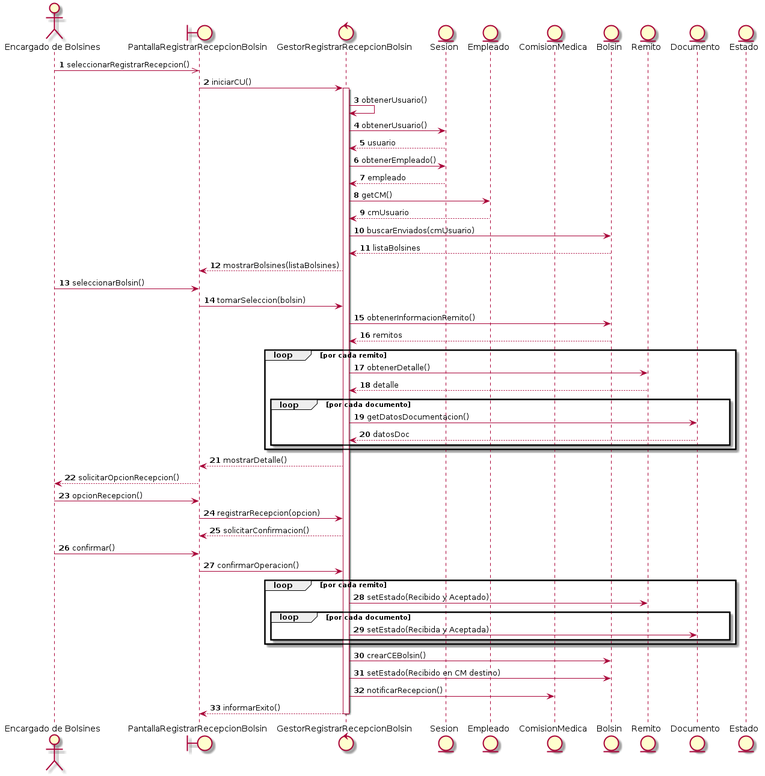
Earlier version of the PlantUML export ClasesDeAnalisis_Dinamica.png (Felipe158/PPAI_bolsines).
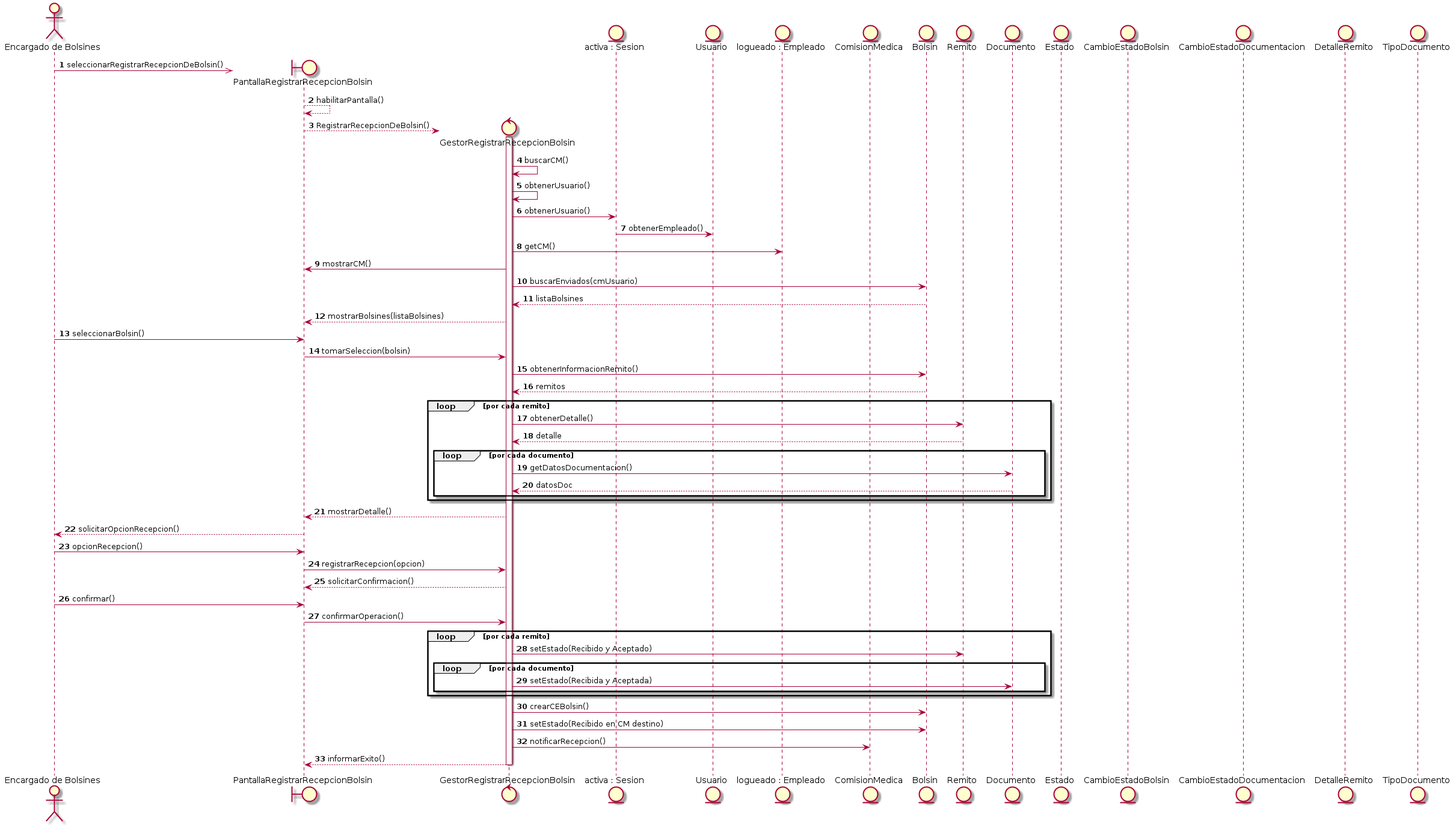
The same diagram one commit later.

Commit message:
diagrama de secuencia

What changed in the source:
```diff
@@ -7,31 +7,42 @@
 boundary PantallaRegistrarRecepcionBolsin as Pantalla
 control GestorRegistrarRecepcionBolsin as Gestor
 
-entity Sesion
-entity Empleado
+entity "activa : Sesion" as Sesion
+entity Usuario
+entity "logueado : Empleado" as Empleado
 entity ComisionMedica
 entity Bolsin
 entity Remito
 entity Documento
 entity Estado
+entity CambioEstadoBolsin
+entity CambioEstadoDocumentacion
+entity DetalleRemito
+entity TipoDocumento
 
 
-EB ->> Pantalla : seleccionarRegistrarRecepcion()
+create Pantalla
 
-Pantalla -> Gestor : iniciarCU()
+EB ->> Pantalla : seleccionarRegistrarRecepcionDeBolsin()
+
+Pantalla --> Pantalla : habilitarPantalla()
+
+create Gestor
+
+Pantalla --> Gestor : RegistrarRecepcionDeBolsin()
 
 activate Gestor
 
+Gestor -> Gestor : buscarCM()
 Gestor -> Gestor : obtenerUsuario()
 
 Gestor -> Sesion : obtenerUsuario()
-Sesion --> Gestor : usuario
 
-Gestor -> Sesion : obtenerEmpleado()
-Sesion --> Gestor : empleado
+Sesion -> Usuario : obtenerEmpleado()
 
 Gestor -> Empleado : getCM()
-Empleado --> Gestor : cmUsuario
+
+Gestor -> Pantalla : mostrarCM()
 
 
 Gestor -> Bolsin : buscarEnviados(cmUsuario)
```
